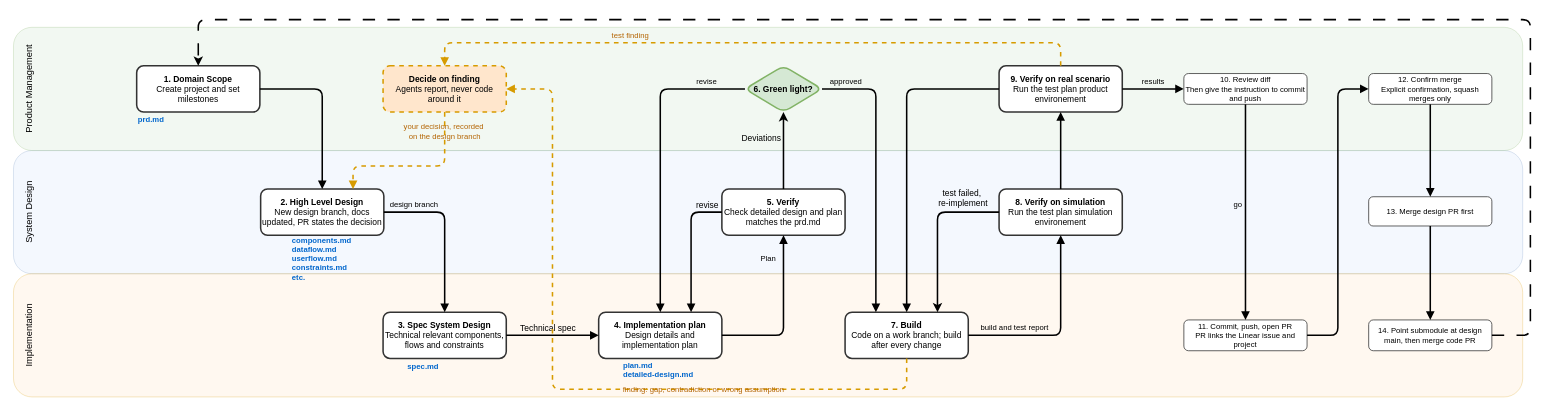
The draw.io diagram diagrams/ai-native-development-pipeline.drawio in Behn4m/ai-native-pipeline, before the edit. Source tidied: cells renumbered, new cells numbered last; positions are measured from the earlier drawing's top-left corner, leaving out a move shared by most shapes. Both pictures are drawn from the tidied source at 77%, with x=0, y=0 at pixel (-33, 19).
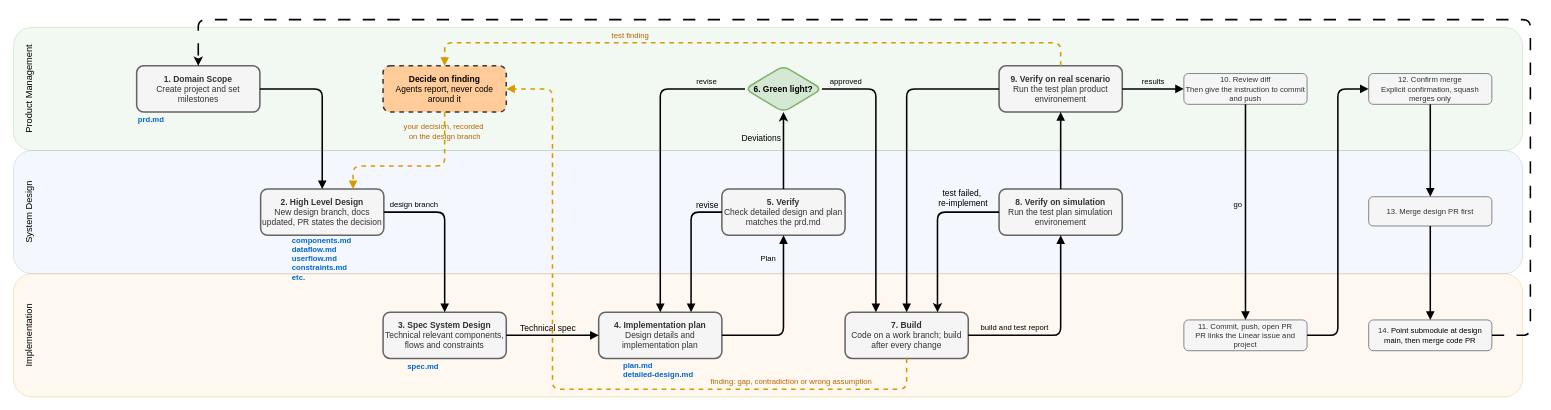
The same page after the edit.

Commit message:
Update pipeline diagram

Diff of the diagram source:
```diff
@@
-    <mxCell id="5" value="&lt;b&gt;1. Domain Scope&lt;/b&gt;&lt;div&gt;Create project and set milestones&lt;/div&gt;" style="rounded=1;fillColor=#ffffff;strokeColor=#333333;whiteSpace=wrap;html=1;fontSize=11;strokeWidth=2;" parent="1" vertex="1">
+    <mxCell id="5" value="&lt;b&gt;1. Domain Scope&lt;/b&gt;&lt;div&gt;Create project and set milestones&lt;/div&gt;" style="rounded=1;fillColor=#f5f5f5;strokeColor=#666666;whiteSpace=wrap;html=1;fontSize=11;strokeWidth=2;fontColor=#333333;" parent="1" vertex="1">
       <mxGeometry x="220" y="60" width="160" height="60" as="geometry" />
     </mxCell>
@@
-    <mxCell id="7" value="&lt;b&gt;9. Verify on real scenario&lt;/b&gt;&lt;br&gt;Run the test plan product environement" style="rounded=1;fillColor=#ffffff;strokeColor=#333333;whiteSpace=wrap;html=1;fontSize=11;strokeWidth=2;" parent="1" vertex="1">
+    <mxCell id="7" value="&lt;b&gt;9. Verify on real scenario&lt;/b&gt;&lt;br&gt;Run the test plan product environement" style="rounded=1;fillColor=#f5f5f5;strokeColor=#666666;whiteSpace=wrap;html=1;fontSize=11;strokeWidth=2;fontColor=#333333;" parent="1" vertex="1">
       <mxGeometry x="1340" y="60" width="160" height="60" as="geometry" />
     </mxCell>
-    <mxCell id="8" value="&lt;b&gt;Decide on finding&lt;/b&gt;&lt;br&gt;Agents report, never code around it" style="rounded=1;fillColor=#ffe6cc;strokeColor=#d79b00;dashed=1;whiteSpace=wrap;html=1;fontSize=11;strokeWidth=2;" parent="1" vertex="1">
+    <mxCell id="8" value="&lt;b&gt;Decide on finding&lt;/b&gt;&lt;br&gt;Agents report, never code around it" style="rounded=1;fillColor=#ffcc99;strokeColor=#36393d;dashed=1;whiteSpace=wrap;html=1;fontSize=11;strokeWidth=2;" parent="1" vertex="1">
       <mxGeometry x="540" y="60" width="160" height="60" as="geometry" />
     </mxCell>
@@
-    <mxCell id="10" value="&lt;span&gt;10. Review diff&lt;/span&gt;&lt;br&gt;Then give the instruction to commit and push" style="rounded=1;fillColor=#ffffff;strokeColor=#333333;whiteSpace=wrap;html=1;fontSize=10;strokeWidth=1;fontStyle=0;" parent="1" vertex="1">
+    <mxCell id="10" value="&lt;span&gt;10. Review diff&lt;/span&gt;&lt;br&gt;Then give the instruction to commit and push" style="rounded=1;fillColor=#f5f5f5;strokeColor=#666666;whiteSpace=wrap;html=1;fontSize=10;strokeWidth=1;fontStyle=0;fontColor=#333333;" parent="1" vertex="1">
       <mxGeometry x="1580" y="70" width="160" height="40" as="geometry" />
     </mxCell>
-    <mxCell id="11" value="&lt;span&gt;12. Confirm merge&lt;/span&gt;&lt;br&gt;Explicit confirmation, squash merges only" style="rounded=1;fillColor=#ffffff;strokeColor=#333333;whiteSpace=wrap;html=1;fontSize=10;strokeWidth=1;fontStyle=0;" parent="1" vertex="1">
+    <mxCell id="11" value="&lt;span&gt;12. Confirm merge&lt;/span&gt;&lt;br&gt;Explicit confirmation, squash merges only" style="rounded=1;fillColor=#f5f5f5;strokeColor=#666666;whiteSpace=wrap;html=1;fontSize=10;strokeWidth=1;fontStyle=0;fontColor=#333333;" parent="1" vertex="1">
       <mxGeometry x="1820" y="70" width="160" height="40" as="geometry" />
     </mxCell>
@@
-    <mxCell id="13" value="&lt;b&gt;2. High Level Design&lt;/b&gt;&lt;br&gt;New design branch, docs updated, PR states the decision" style="rounded=1;fillColor=#ffffff;strokeColor=#333333;whiteSpace=wrap;html=1;fontSize=11;strokeWidth=2;" parent="1" vertex="1">
+    <mxCell id="13" value="&lt;b&gt;2. High Level Design&lt;/b&gt;&lt;br&gt;New design branch, docs updated, PR states the decision" style="rounded=1;fillColor=#f5f5f5;strokeColor=#666666;whiteSpace=wrap;html=1;fontSize=11;strokeWidth=2;fontColor=#333333;" parent="1" vertex="1">
       <mxGeometry x="381" y="220" width="160" height="60" as="geometry" />
     </mxCell>
-    <mxCell id="14" value="&lt;b&gt;8. Verify on simulation&lt;/b&gt;&lt;br&gt;Run the test plan simulation environement" style="rounded=1;fillColor=#ffffff;strokeColor=#333333;whiteSpace=wrap;html=1;fontSize=11;strokeWidth=2;" parent="1" vertex="1">
+    <mxCell id="14" value="&lt;b&gt;8. Verify on simulation&lt;/b&gt;&lt;br&gt;Run the test plan simulation environement" style="rounded=1;fillColor=#f5f5f5;strokeColor=#666666;whiteSpace=wrap;html=1;fontSize=11;strokeWidth=2;fontColor=#333333;" parent="1" vertex="1">
       <mxGeometry x="1340" y="220" width="160" height="60" as="geometry" />
     </mxCell>
@@
-    <mxCell id="16" value="&lt;b&gt;5. Verify&lt;/b&gt;&lt;br&gt;Check detailed design and plan matches the prd.md" style="rounded=1;fillColor=#ffffff;strokeColor=#333333;whiteSpace=wrap;html=1;fontSize=11;strokeWidth=2;" parent="1" vertex="1">
+    <mxCell id="16" value="&lt;b&gt;5. Verify&lt;/b&gt;&lt;br&gt;Check detailed design and plan matches the prd.md" style="rounded=1;fillColor=#f5f5f5;strokeColor=#666666;whiteSpace=wrap;html=1;fontSize=11;strokeWidth=2;fontColor=#333333;" parent="1" vertex="1">
       <mxGeometry x="980" y="220" width="160" height="60" as="geometry" />
     </mxCell>
-    <mxCell id="17" value="&lt;span&gt;13. Merge design PR first&lt;/span&gt;" style="rounded=1;fillColor=#ffffff;strokeColor=#333333;whiteSpace=wrap;html=1;fontSize=10;strokeWidth=1;fontStyle=0;" parent="1" vertex="1">
+    <mxCell id="17" value="&lt;span&gt;13. Merge design PR first&lt;/span&gt;" style="rounded=1;fillColor=#f5f5f5;strokeColor=#666666;whiteSpace=wrap;html=1;fontSize=10;strokeWidth=1;fontStyle=0;fontColor=#333333;" parent="1" vertex="1">
       <mxGeometry x="1820" y="230" width="160" height="38" as="geometry" />
     </mxCell>
-    <mxCell id="18" value="&lt;b&gt;3. Spec System Design&lt;/b&gt;&lt;br&gt;Technical relevant components, flows and constraints" style="rounded=1;fillColor=#ffffff;strokeColor=#333333;whiteSpace=wrap;html=1;fontSize=11;strokeWidth=2;" parent="1" vertex="1">
+    <mxCell id="18" value="&lt;b&gt;3. Spec System Design&lt;/b&gt;&lt;br&gt;Technical relevant components, flows and constraints" style="rounded=1;fillColor=#f5f5f5;strokeColor=#666666;whiteSpace=wrap;html=1;fontSize=11;strokeWidth=2;fontColor=#333333;" parent="1" vertex="1">
       <mxGeometry x="540" y="380" width="160" height="60" as="geometry" />
     </mxCell>
-    <mxCell id="19" value="&lt;b&gt;7. Build&lt;/b&gt;&lt;br&gt;Code on a work branch; build after every change" style="rounded=1;fillColor=#ffffff;strokeColor=#333333;whiteSpace=wrap;html=1;fontSize=11;strokeWidth=2;" parent="1" vertex="1">
+    <mxCell id="19" value="&lt;b&gt;7. Build&lt;/b&gt;&lt;br&gt;Code on a work branch; build after every change" style="rounded=1;fillColor=#f5f5f5;strokeColor=#666666;whiteSpace=wrap;html=1;fontSize=11;strokeWidth=2;fontColor=#333333;" parent="1" vertex="1">
       <mxGeometry x="1140" y="380" width="160" height="60" as="geometry" />
     </mxCell>
-    <mxCell id="20" value="&lt;b&gt;4.&amp;nbsp;Implementation plan&lt;/b&gt;&lt;br&gt;Design details and implementation plan" style="rounded=1;fillColor=#ffffff;strokeColor=#333333;whiteSpace=wrap;html=1;fontSize=11;strokeWidth=2;" parent="1" vertex="1">
+    <mxCell id="20" value="&lt;b&gt;4.&amp;nbsp;Implementation plan&lt;/b&gt;&lt;br&gt;Design details and implementation plan" style="rounded=1;fillColor=#f5f5f5;strokeColor=#666666;whiteSpace=wrap;html=1;fontSize=11;strokeWidth=2;fontColor=#333333;" parent="1" vertex="1">
       <mxGeometry x="820" y="380" width="160" height="60" as="geometry" />
     </mxCell>
@@
-    <mxCell id="22" value="&lt;span&gt;11. Commit, push, open PR&lt;/span&gt;&lt;br&gt;PR links the Linear issue and project" style="rounded=1;fillColor=#ffffff;strokeColor=#333333;whiteSpace=wrap;html=1;fontSize=10;strokeWidth=1;fontStyle=0;" parent="1" vertex="1">
+    <mxCell id="22" value="&lt;span&gt;11. Commit, push, open PR&lt;/span&gt;&lt;br&gt;PR links the Linear issue and project" style="rounded=1;fillColor=#f5f5f5;strokeColor=#666666;whiteSpace=wrap;html=1;fontSize=10;strokeWidth=1;fontStyle=0;fontColor=#333333;" parent="1" vertex="1">
       <mxGeometry x="1580" y="390" width="160" height="40" as="geometry" />
     </mxCell>
-    <mxCell id="23" value="&lt;span&gt;14&lt;/span&gt;&lt;span style=&quot;background-color: transparent; color: light-dark(rgb(0, 0, 0), rgb(255, 255, 255));&quot;&gt;. Point submodule at design main, then merge code PR&lt;/span&gt;" style="rounded=1;fillColor=#ffffff;strokeColor=#333333;whiteSpace=wrap;html=1;fontSize=10;strokeWidth=1;fontStyle=0;" parent="1" vertex="1">
+    <mxCell id="23" value="&lt;span&gt;14&lt;/span&gt;&lt;span style=&quot;background-color: transparent; color: light-dark(rgb(0, 0, 0), rgb(255, 255, 255));&quot;&gt;. Point submodule at design main, then merge code PR&lt;/span&gt;" style="rounded=1;fillColor=#f5f5f5;strokeColor=#666666;whiteSpace=wrap;html=1;fontSize=10;strokeWidth=1;fontStyle=0;fontColor=#333333;" parent="1" vertex="1">
       <mxGeometry x="1820" y="390" width="160" height="40" as="geometry" />
     </mxCell>
@@
     <mxCell id="32" value="finding: gap, contradiction or wrong assumption" style="edgeStyle=orthogonalEdgeStyle;rounded=1;html=1;fontSize=10;endArrow=block;endFill=1;labelBackgroundColor=none;dashed=1;strokeColor=#d79b00;fontColor=#b46504;exitX=0.5;exitY=1;exitDx=0;exitDy=0;entryX=1;entryY=0.5;entryDx=0;entryDy=0;strokeWidth=2;curved=0;" parent="1" edge="1" source="19" target="8">
-      <mxGeometry x="-0.36" relative="1" as="geometry">
+      <mxGeometry x="-0.6" y="-10" relative="1" as="geometry">
         <Array as="points">
           <mxPoint x="1220" y="480" />
           <mxPoint x="760" y="480" />
           <mxPoint x="760" y="90" />
         </Array>
       </mxGeometry>
     </mxCell>
```
